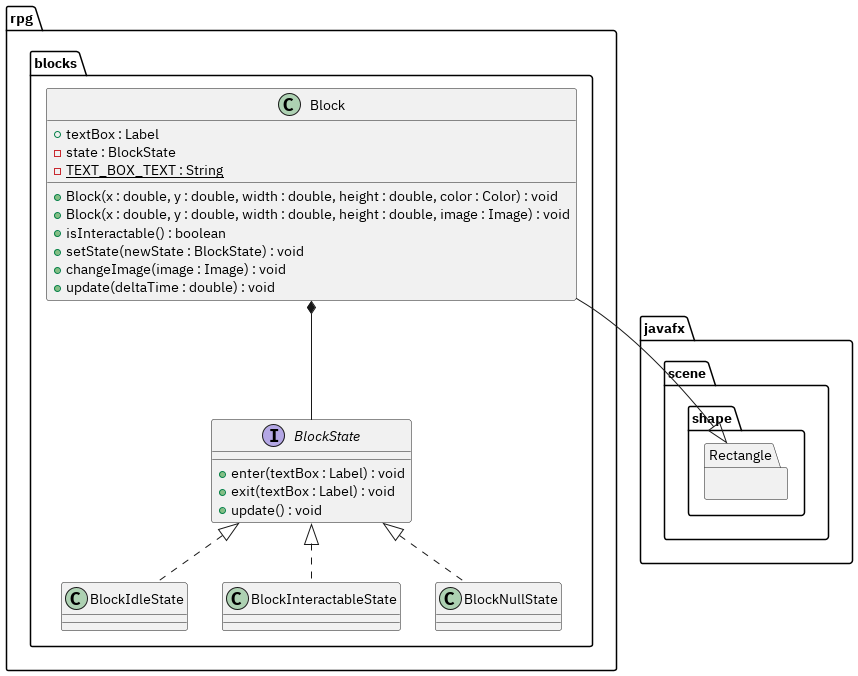
Above: docs/uml/class/blocks_block_implements.png in trueNAHO/university-programming-fundamentals-2 (PlantUML), before the change.
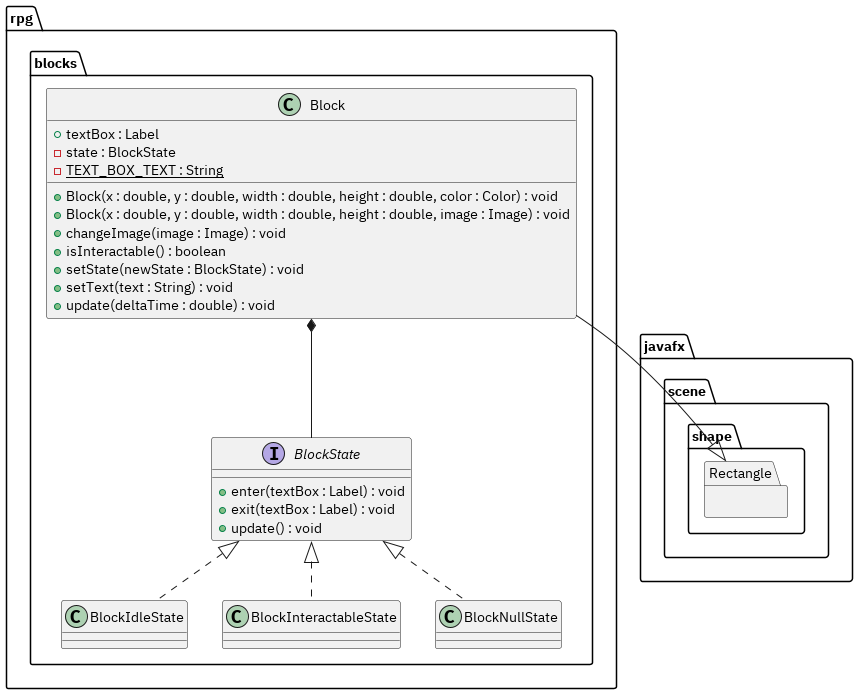
After the change.

What changed in the source:
```diff
@@ -11,9 +11,10 @@
 
         +Block(x : double, y : double, width : double, height : double, color : Color) : void
         +Block(x : double, y : double, width : double, height : double, image : Image) : void
+        +changeImage(image : Image) : void
         +isInteractable() : boolean
         +setState(newState : BlockState) : void
-        +changeImage(image : Image) : void
+        +setText(text : String) : void
         +update(deltaTime : double) : void
     }
 
@@ -31,5 +32,4 @@
 rpg.blocks.Block *-- rpg.blocks.BlockState
 rpg.blocks.Block --|> javafx.scene.shape.Rectangle
 
-
 @enduml
```
